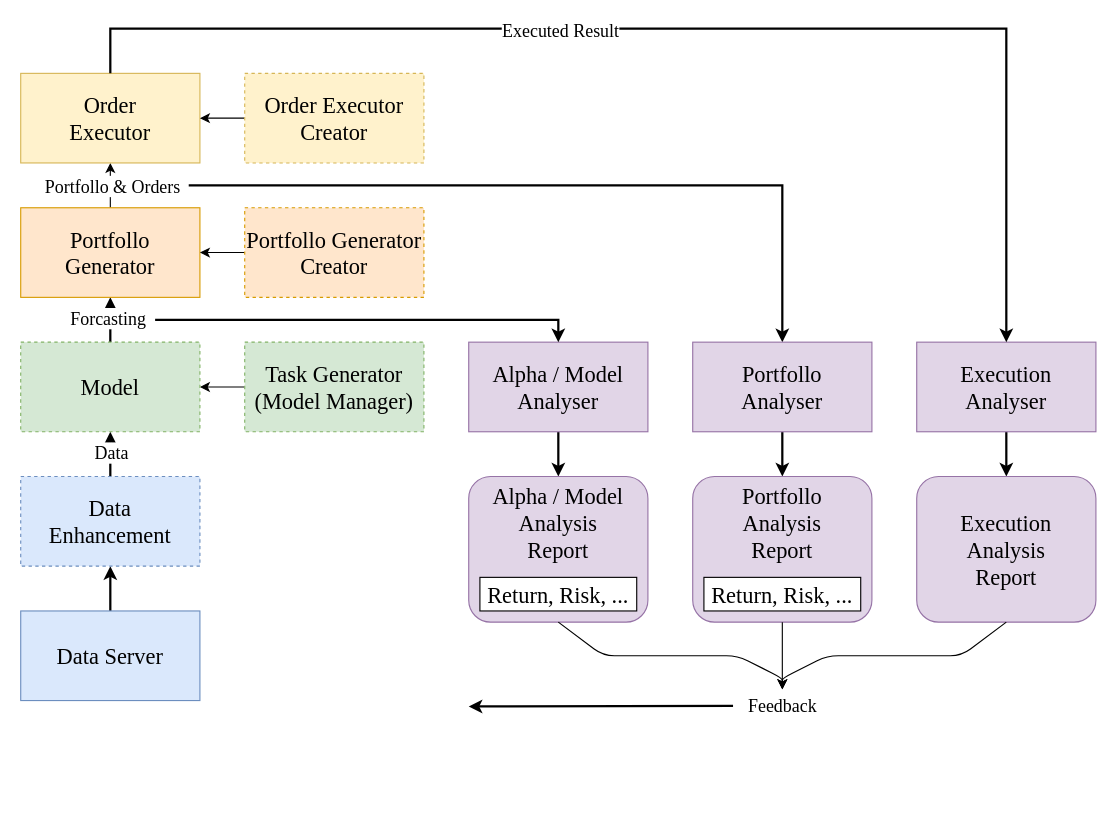
Earlier version of the draw.io diagram draw/Qlib流程.drawio (zhiyuan5986/draw_io). Source tidied: cells renumbered, new cells numbered last; positions are measured from the earlier drawing's top-left corner, leaving out a move shared by most shapes. Both pictures are drawn from the tidied source at 112%, with x=0, y=0 at pixel (20, 28).
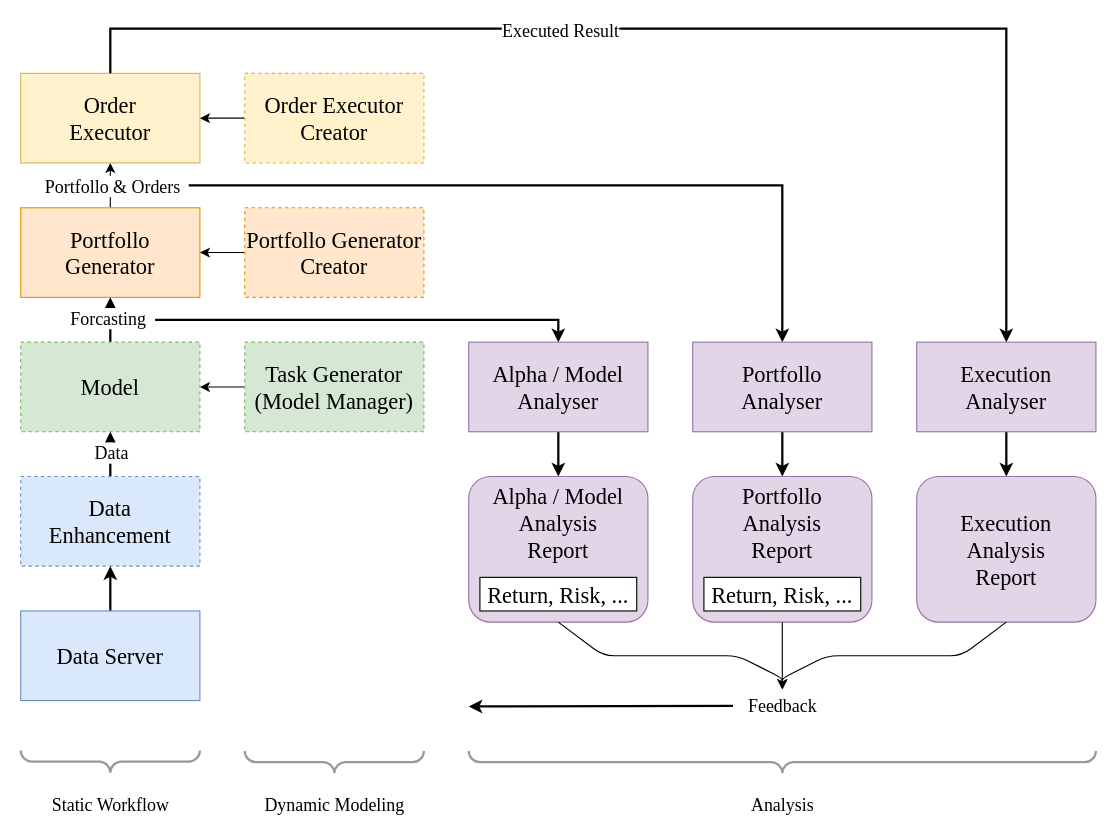
After the change.

The edit, as a diff of the source:
```diff
@@
+    <mxCell id="40" style="verticalLabelPosition=bottom;shadow=0;dashed=0;align=center;html=1;verticalAlign=top;strokeWidth=2;shape=mxgraph.mockup.markup.curlyBrace;whiteSpace=wrap;strokeColor=#999999;rotation=-180;" parent="1" vertex="1">
+      <mxGeometry y="644.5" width="160" height="20" as="geometry" />
+    </mxCell>
+    <mxCell id="41" value="Static Workflow" style="text;html=1;align=center;verticalAlign=middle;strokeColor=none;fillColor=none;fontSize=16;fontFamily=Times New Roman;" parent="1" vertex="1">
+      <mxGeometry x="15" y="678" width="130" height="30" as="geometry" />
+    </mxCell>
+    <mxCell id="42" style="verticalLabelPosition=bottom;shadow=0;dashed=0;align=center;html=1;verticalAlign=top;strokeWidth=2;shape=mxgraph.mockup.markup.curlyBrace;whiteSpace=wrap;strokeColor=#999999;rotation=-180;" parent="1" vertex="1">
+      <mxGeometry x="200" y="645" width="160" height="20" as="geometry" />
+    </mxCell>
+    <mxCell id="43" value="Dynamic Modeling" style="text;html=1;align=center;verticalAlign=middle;strokeColor=none;fillColor=none;fontSize=16;fontFamily=Times New Roman;" parent="1" vertex="1">
+      <mxGeometry x="205" y="678" width="150" height="30" as="geometry" />
+    </mxCell>
+    <mxCell id="44" value="Analysis" style="text;html=1;align=center;verticalAlign=middle;strokeColor=none;fillColor=none;fontSize=16;fontFamily=Times New Roman;" parent="1" vertex="1">
+      <mxGeometry x="640" y="678" width="80" height="30" as="geometry" />
+    </mxCell>
+    <mxCell id="45" style="verticalLabelPosition=bottom;shadow=0;dashed=0;align=center;html=1;verticalAlign=top;strokeWidth=2;shape=mxgraph.mockup.markup.curlyBrace;whiteSpace=wrap;strokeColor=#999999;rotation=-180;" parent="1" vertex="1">
+      <mxGeometry x="400" y="645" width="560" height="20" as="geometry" />
+    </mxCell>
```
